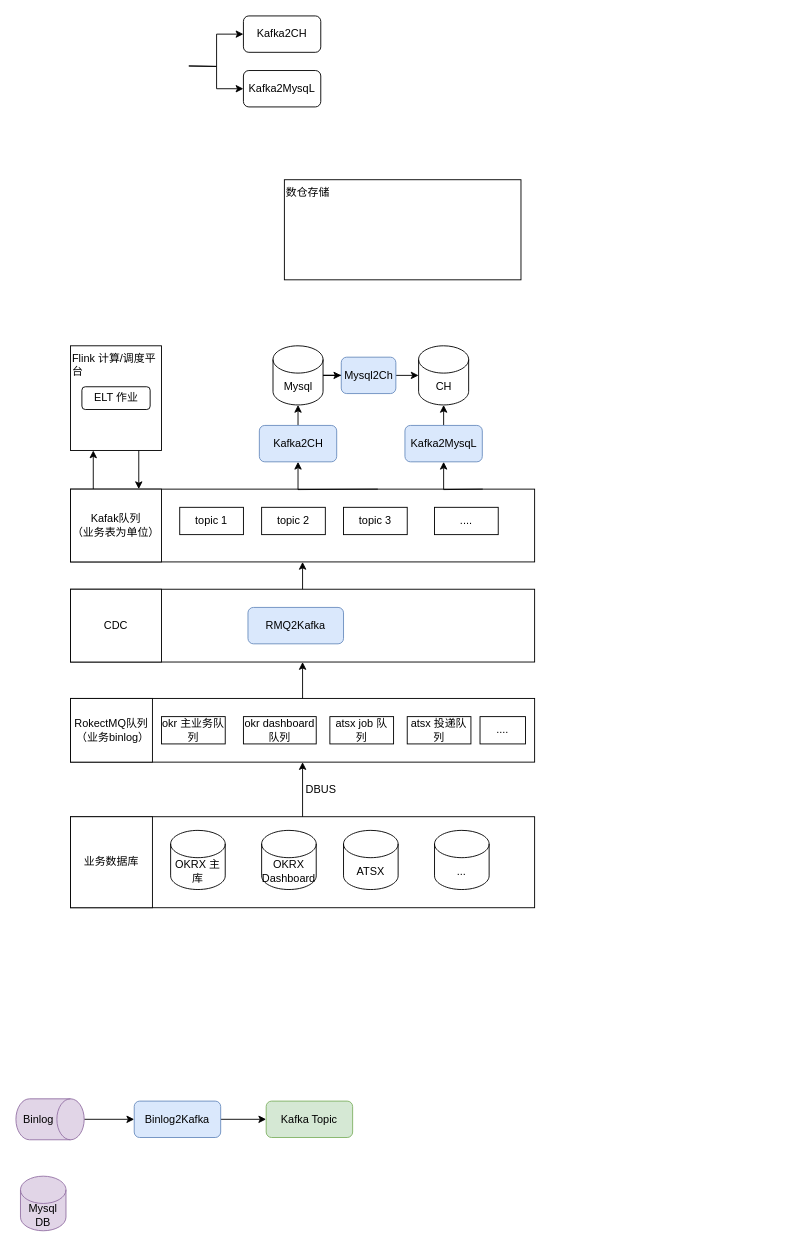
Earlier version of the draw.io diagram okrx/Untitled Diagram.drawio (cicelprg/drawio). Source tidied: cells renumbered, new cells numbered last; positions are measured from the earlier drawing's top-left corner, leaving out a move shared by most shapes. Both pictures are drawn from the tidied source at 91%, with x=0, y=0 at pixel (15, 15).
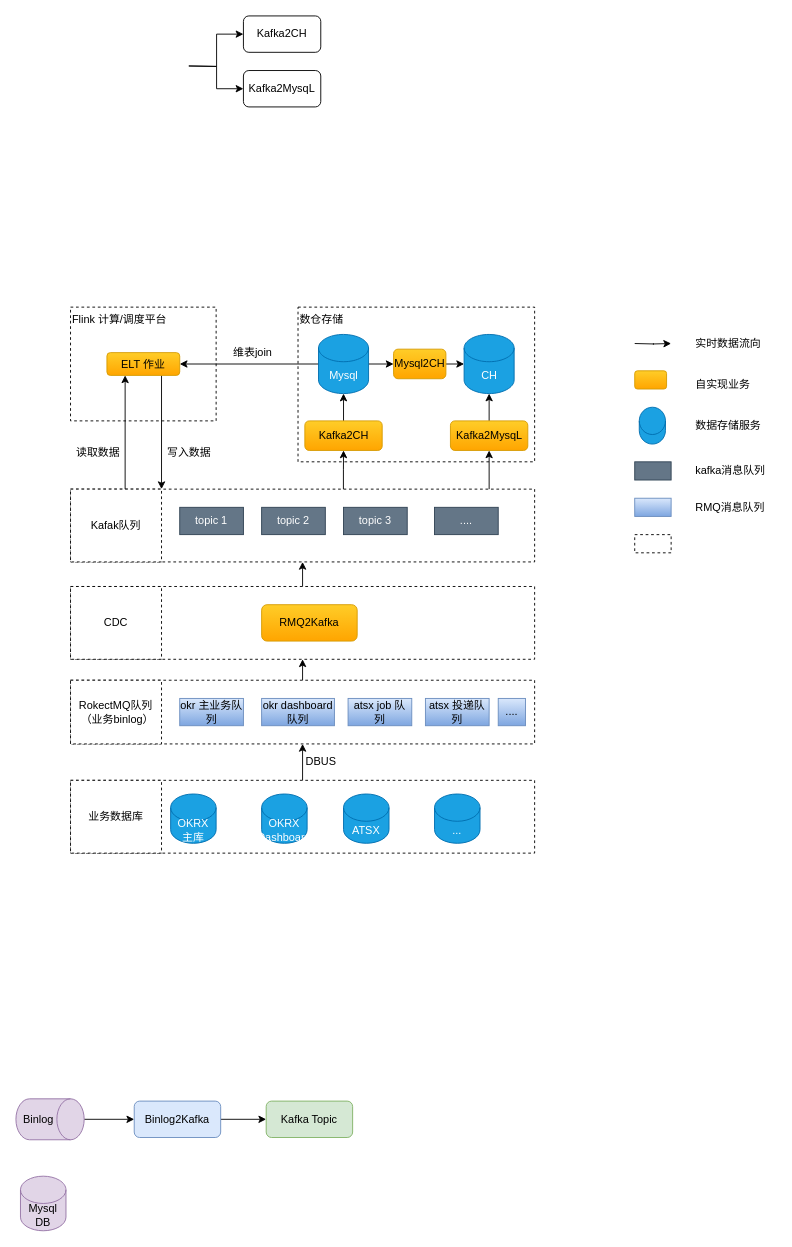
Above is the later version.

What changed in the source:
```diff
@@
-    <mxCell id="3" style="rounded=0;whiteSpace=wrap;html=1;strokeWidth=1;fillColor=none;align=left;" parent="1" vertex="1">
-      <mxGeometry x="60" y="880" width="510" height="100" as="geometry" />
+    <mxCell id="3" style="rounded=0;whiteSpace=wrap;html=1;strokeWidth=1;fillColor=none;align=left;dashed=1;" parent="1" vertex="1">
+      <mxGeometry x="60" y="840" width="510" height="80" as="geometry" />
     </mxCell>
-    <mxCell id="4" value="业务数据库" style="whiteSpace=wrap;html=1;strokeWidth=1;align=center;" parent="1" vertex="1">
-      <mxGeometry x="60" y="880" width="90" height="100" as="geometry" />
+    <mxCell id="4" value="业务数据库" style="whiteSpace=wrap;html=1;strokeWidth=1;align=center;dashed=1;" parent="1" vertex="1">
+      <mxGeometry x="60" y="840" width="100" height="80" as="geometry" />
     </mxCell>
-    <mxCell id="5" value="OKRX 主库" style="shape=cylinder3;whiteSpace=wrap;html=1;boundedLbl=1;backgroundOutline=1;size=15;strokeWidth=1;fillColor=#ffffff;align=center;" parent="1" vertex="1">
-      <mxGeometry x="170" y="895" width="60" height="65" as="geometry" />
+    <mxCell id="5" value="OKRX 主库" style="shape=cylinder3;whiteSpace=wrap;html=1;boundedLbl=1;backgroundOutline=1;size=15;strokeWidth=1;fillColor=#1ba1e2;align=center;strokeColor=#006EAF;fontColor=#ffffff;" parent="1" vertex="1">
+      <mxGeometry x="170" y="855" width="50" height="54.2" as="geometry" />
     </mxCell>
@@
-    <mxCell id="7" style="rounded=0;whiteSpace=wrap;html=1;strokeWidth=1;fillColor=none;align=left;" parent="1" vertex="1">
-      <mxGeometry x="60" y="750" width="510" height="70" as="geometry" />
+    <mxCell id="7" style="rounded=0;whiteSpace=wrap;html=1;strokeWidth=1;fillColor=none;align=left;dashed=1;" parent="1" vertex="1">
+      <mxGeometry x="60" y="730" width="510" height="70" as="geometry" />
     </mxCell>
-    <mxCell id="8" value="RokectMQ队列&lt;br&gt;&amp;nbsp;（业务binlog）" style="whiteSpace=wrap;html=1;strokeWidth=1;align=center;" parent="1" vertex="1">
-      <mxGeometry x="60" y="750" width="90" height="70" as="geometry" />
+    <mxCell id="8" value="RokectMQ队列&lt;br&gt;&amp;nbsp;（业务binlog）" style="whiteSpace=wrap;html=1;strokeWidth=1;align=center;dashed=1;" parent="1" vertex="1">
+      <mxGeometry x="60" y="730" width="100" height="70" as="geometry" />
     </mxCell>
     <mxCell id="9" value="DBUS" style="text;html=1;align=center;verticalAlign=middle;" parent="1" vertex="1">
-      <mxGeometry x="310" y="840" width="50" height="20" as="geometry" />
+      <mxGeometry x="310" y="810" width="50" height="20" as="geometry" />
     </mxCell>
-    <mxCell id="10" value="okr 主业务队列" style="rounded=0;whiteSpace=wrap;html=1;strokeWidth=1;fillColor=#ffffff;align=center;" parent="1" vertex="1">
-      <mxGeometry x="160" y="770" width="70" height="30" as="geometry" />
+    <mxCell id="10" value="okr 主业务队列" style="rounded=0;whiteSpace=wrap;html=1;strokeWidth=1;fillColor=#dae8fc;align=center;strokeColor=#6c8ebf;gradientColor=#7ea6e0;" parent="1" vertex="1">
+      <mxGeometry x="180" y="750" width="70" height="30" as="geometry" />
     </mxCell>
-    <mxCell id="11" value="okr dashboard队列" style="rounded=0;whiteSpace=wrap;html=1;strokeWidth=1;fillColor=#ffffff;align=center;" parent="1" vertex="1">
-      <mxGeometry x="250" y="770" width="80" height="30" as="geometry" />
+    <mxCell id="11" value="okr dashboard队列" style="rounded=0;whiteSpace=wrap;html=1;strokeWidth=1;fillColor=#dae8fc;align=center;strokeColor=#6c8ebf;gradientColor=#7ea6e0;" parent="1" vertex="1">
+      <mxGeometry x="270" y="750" width="80" height="30" as="geometry" />
     </mxCell>
-    <mxCell id="12" value="atsx job 队列" style="rounded=0;whiteSpace=wrap;html=1;strokeWidth=1;fillColor=#ffffff;align=center;" parent="1" vertex="1">
-      <mxGeometry x="345" y="770" width="70" height="30" as="geometry" />
+    <mxCell id="12" value="atsx job 队列" style="rounded=0;whiteSpace=wrap;html=1;strokeWidth=1;fillColor=#dae8fc;align=center;strokeColor=#6c8ebf;gradientColor=#7ea6e0;" parent="1" vertex="1">
+      <mxGeometry x="365" y="750" width="70" height="30" as="geometry" />
     </mxCell>
@@
-    <mxCell id="14" style="rounded=0;whiteSpace=wrap;html=1;strokeWidth=1;fillColor=none;align=left;" parent="1" vertex="1">
-      <mxGeometry x="60" y="630" width="510" height="80" as="geometry" />
+    <mxCell id="14" style="rounded=0;whiteSpace=wrap;html=1;strokeWidth=1;fillColor=none;align=left;dashed=1;" parent="1" vertex="1">
+      <mxGeometry x="60" y="627" width="510" height="80" as="geometry" />
     </mxCell>
-    <mxCell id="15" value="CDC" style="whiteSpace=wrap;html=1;strokeWidth=1;align=center;" parent="1" vertex="1">
-      <mxGeometry x="60" y="630" width="100" height="80" as="geometry" />
+    <mxCell id="15" value="CDC" style="whiteSpace=wrap;html=1;strokeWidth=1;align=center;dashed=1;" parent="1" vertex="1">
+      <mxGeometry x="60" y="627" width="100" height="80" as="geometry" />
     </mxCell>
-    <mxCell id="16" value="RMQ2Kafka" style="rounded=1;whiteSpace=wrap;html=1;strokeWidth=1;fillColor=#dae8fc;align=center;strokeColor=#6c8ebf;" parent="1" vertex="1">
-      <mxGeometry x="255" y="650" width="105" height="40" as="geometry" />
+    <mxCell id="16" value="RMQ2Kafka" style="rounded=1;whiteSpace=wrap;html=1;strokeWidth=1;fillColor=#ffcd28;align=center;strokeColor=#d79b00;gradientColor=#ffa500;" parent="1" vertex="1">
+      <mxGeometry x="270" y="647" width="105" height="40" as="geometry" />
     </mxCell>
-    <mxCell id="17" value="atsx 投递队列" style="rounded=0;whiteSpace=wrap;html=1;strokeWidth=1;fillColor=#ffffff;align=center;" parent="1" vertex="1">
-      <mxGeometry x="430" y="770" width="70" height="30" as="geometry" />
+    <mxCell id="17" value="atsx 投递队列" style="rounded=0;whiteSpace=wrap;html=1;strokeWidth=1;fillColor=#dae8fc;align=center;strokeColor=#6c8ebf;gradientColor=#7ea6e0;" parent="1" vertex="1">
+      <mxGeometry x="450" y="750" width="70" height="30" as="geometry" />
     </mxCell>
-    <mxCell id="18" value="...." style="rounded=0;whiteSpace=wrap;html=1;strokeWidth=1;fillColor=#ffffff;align=center;" parent="1" vertex="1">
-      <mxGeometry x="510" y="770" width="50" height="30" as="geometry" />
+    <mxCell id="18" value="...." style="rounded=0;whiteSpace=wrap;html=1;strokeWidth=1;fillColor=#dae8fc;align=center;strokeColor=#6c8ebf;gradientColor=#7ea6e0;" parent="1" vertex="1">
+      <mxGeometry x="530" y="750" width="30" height="30" as="geometry" />
     </mxCell>
-    <mxCell id="19" value="ATSX" style="shape=cylinder3;whiteSpace=wrap;html=1;boundedLbl=1;backgroundOutline=1;size=15;strokeWidth=1;fillColor=#ffffff;align=center;" parent="1" vertex="1">
-      <mxGeometry x="360" y="895" width="60" height="65" as="geometry" />
+    <mxCell id="19" value="ATSX" style="shape=cylinder3;whiteSpace=wrap;html=1;boundedLbl=1;backgroundOutline=1;size=15;strokeWidth=1;fillColor=#1ba1e2;align=center;strokeColor=#006EAF;fontColor=#ffffff;" parent="1" vertex="1">
+      <mxGeometry x="360" y="855" width="50" height="54.2" as="geometry" />
     </mxCell>
-    <mxCell id="20" value="..." style="shape=cylinder3;whiteSpace=wrap;html=1;boundedLbl=1;backgroundOutline=1;size=15;strokeWidth=1;fillColor=#ffffff;align=center;" parent="1" vertex="1">
-      <mxGeometry x="460" y="895" width="60" height="65" as="geometry" />
+    <mxCell id="20" value="..." style="shape=cylinder3;whiteSpace=wrap;html=1;boundedLbl=1;backgroundOutline=1;size=15;strokeWidth=1;fillColor=#1ba1e2;align=center;strokeColor=#006EAF;fontColor=#ffffff;" parent="1" vertex="1">
+      <mxGeometry x="460" y="855" width="50" height="54.2" as="geometry" />
     </mxCell>
-    <mxCell id="21" value="OKRX Dashboard" style="shape=cylinder3;whiteSpace=wrap;html=1;boundedLbl=1;backgroundOutline=1;size=15;strokeWidth=1;fillColor=#ffffff;align=center;" parent="1" vertex="1">
-      <mxGeometry x="270" y="895" width="60" height="65" as="geometry" />
+    <mxCell id="21" value="OKRX Dashboard" style="shape=cylinder3;whiteSpace=wrap;html=1;boundedLbl=1;backgroundOutline=1;size=15;strokeWidth=1;fillColor=#1ba1e2;align=center;strokeColor=#006EAF;fontColor=#ffffff;" parent="1" vertex="1">
+      <mxGeometry x="270" y="855" width="50" height="54.2" as="geometry" />
     </mxCell>
-    <mxCell id="22" style="edgeStyle=orthogonalEdgeStyle;rounded=0;jettySize=auto;html=1;exitX=0.898;exitY=0;exitDx=0;exitDy=0;entryX=0.5;entryY=1;entryDx=0;entryDy=0;strokeWidth=1;exitPerimeter=0;" parent="1" edge="1" target="39">
-      <mxGeometry relative="1" as="geometry">
-        <mxPoint x="513" y="520" as="sourcePoint" />
-      </mxGeometry>
+    <mxCell id="22" style="edgeStyle=orthogonalEdgeStyle;rounded=0;jettySize=auto;html=1;exitX=0.902;exitY=0;exitDx=0;exitDy=0;entryX=0.5;entryY=1;entryDx=0;entryDy=0;strokeWidth=1;exitPerimeter=0;" parent="1" edge="1" source="23" target="39">
+      <mxGeometry relative="1" as="geometry" />
     </mxCell>
-    <mxCell id="23" style="rounded=0;whiteSpace=wrap;html=1;strokeWidth=1;fillColor=none;align=left;" parent="1" vertex="1">
+    <mxCell id="23" style="rounded=0;whiteSpace=wrap;html=1;strokeWidth=1;fillColor=none;align=left;dashed=1;" parent="1" vertex="1">
       <mxGeometry x="60" y="520" width="510" height="80" as="geometry" />
     </mxCell>
-    <mxCell id="24" style="edgeStyle=orthogonalEdgeStyle;rounded=0;jettySize=auto;html=1;exitX=0.25;exitY=0;exitDx=0;exitDy=0;entryX=0.25;entryY=1;entryDx=0;entryDy=0;strokeWidth=1;" parent="1" edge="1" source="25" target="35">
-      <mxGeometry relative="1" as="geometry" />
-    </mxCell>
-    <mxCell id="25" value="Kafak队列&lt;br&gt;（业务表为单位）" style="whiteSpace=wrap;html=1;strokeWidth=1;align=center;" parent="1" vertex="1">
+    <mxCell id="25" value="Kafak队列" style="whiteSpace=wrap;html=1;strokeWidth=1;align=center;dashed=1;" parent="1" vertex="1">
       <mxGeometry x="60" y="520" width="100" height="80" as="geometry" />
     </mxCell>
-    <mxCell id="26" value="topic 1" style="rounded=0;whiteSpace=wrap;html=1;strokeWidth=1;fillColor=#ffffff;align=center;" parent="1" vertex="1">
+    <mxCell id="26" value="topic 1" style="rounded=0;whiteSpace=wrap;html=1;strokeWidth=1;fillColor=#647687;align=center;strokeColor=#314354;fontColor=#ffffff;" parent="1" vertex="1">
       <mxGeometry x="180" y="540" width="70" height="30" as="geometry" />
     </mxCell>
-    <mxCell id="27" value="topic 2" style="rounded=0;whiteSpace=wrap;html=1;strokeWidth=1;fillColor=#ffffff;align=center;" parent="1" vertex="1">
+    <mxCell id="27" value="topic 2" style="rounded=0;whiteSpace=wrap;html=1;strokeWidth=1;fillColor=#647687;align=center;strokeColor=#314354;fontColor=#ffffff;" parent="1" vertex="1">
       <mxGeometry x="270" y="540" width="70" height="30" as="geometry" />
     </mxCell>
-    <mxCell id="28" style="edgeStyle=orthogonalEdgeStyle;rounded=0;jettySize=auto;html=1;exitX=0.672;exitY=0;exitDx=0;exitDy=0;entryX=0.5;entryY=1;entryDx=0;entryDy=0;strokeWidth=1;exitPerimeter=0;" parent="1" edge="1" target="37">
-      <mxGeometry relative="1" as="geometry">
-        <mxPoint x="397.7" y="520" as="sourcePoint" />
-      </mxGeometry>
+    <mxCell id="28" style="edgeStyle=orthogonalEdgeStyle;rounded=0;jettySize=auto;html=1;entryX=0.5;entryY=1;entryDx=0;entryDy=0;strokeWidth=1;exitX=0.588;exitY=0;exitDx=0;exitDy=0;exitPerimeter=0;" parent="1" edge="1" source="23" target="37">
+      <mxGeometry relative="1" as="geometry" />
     </mxCell>
-    <mxCell id="29" value="topic 3" style="rounded=0;whiteSpace=wrap;html=1;strokeWidth=1;fillColor=#ffffff;align=center;" parent="1" vertex="1">
+    <mxCell id="29" value="topic 3" style="rounded=0;whiteSpace=wrap;html=1;strokeWidth=1;fillColor=#647687;align=center;strokeColor=#314354;fontColor=#ffffff;" parent="1" vertex="1">
       <mxGeometry x="360" y="540" width="70" height="30" as="geometry" />
     </mxCell>
-    <mxCell id="30" value="...." style="rounded=0;whiteSpace=wrap;html=1;strokeWidth=1;fillColor=#ffffff;align=center;" parent="1" vertex="1">
+    <mxCell id="30" value="...." style="rounded=0;whiteSpace=wrap;html=1;strokeWidth=1;fillColor=#647687;align=center;strokeColor=#314354;fontColor=#ffffff;" parent="1" vertex="1">
       <mxGeometry x="460" y="540" width="70" height="30" as="geometry" />
     </mxCell>
-    <mxCell id="31" style="edgeStyle=orthogonalEdgeStyle;rounded=0;jettySize=auto;html=1;exitX=1;exitY=0.5;exitDx=0;exitDy=0;exitPerimeter=0;strokeWidth=1;" parent="1" edge="1" source="32" target="41">
-      <mxGeometry relative="1" as="geometry" />
+    <mxCell id="31" style="edgeStyle=orthogonalEdgeStyle;rounded=0;jettySize=auto;html=1;exitX=1;exitY=0.5;exitDx=0;exitDy=0;exitPerimeter=0;strokeWidth=1;" parent="1" edge="1" source="32">
+      <mxGeometry relative="1" as="geometry">
+        <mxPoint x="415" y="382.5" as="targetPoint" />
+      </mxGeometry>
     </mxCell>
+    <mxCell id="54" style="edgeStyle=orthogonalEdgeStyle;rounded=0;jettySize=auto;html=1;exitX=0;exitY=0.5;exitDx=0;exitDy=0;exitPerimeter=0;entryX=1;entryY=0.5;entryDx=0;entryDy=0;strokeWidth=1;" parent="1" edge="1" source="32" target="42">
+      <mxGeometry relative="1" as="geometry" />
+    </mxCell>
-    <mxCell id="32" value="Mysql" style="shape=cylinder3;whiteSpace=wrap;html=1;boundedLbl=1;backgroundOutline=1;size=15;strokeWidth=1;fillColor=#ffffff;align=center;" parent="1" vertex="1">
-      <mxGeometry x="282.5" y="362.5" width="55" height="65" as="geometry" />
+    <mxCell id="32" value="Mysql" style="shape=cylinder3;whiteSpace=wrap;html=1;boundedLbl=1;backgroundOutline=1;size=15;strokeWidth=1;fillColor=#1ba1e2;align=center;strokeColor=#006EAF;fontColor=#ffffff;" parent="1" vertex="1">
+      <mxGeometry x="332.5" y="350" width="55" height="65" as="geometry" />
     </mxCell>
-    <mxCell id="33" value="CH" style="shape=cylinder3;whiteSpace=wrap;html=1;boundedLbl=1;backgroundOutline=1;size=15;strokeWidth=1;fillColor=#ffffff;align=center;" parent="1" vertex="1">
-      <mxGeometry x="442.5" y="362.5" width="55" height="65" as="geometry" />
+    <mxCell id="33" value="CH" style="shape=cylinder3;whiteSpace=wrap;html=1;boundedLbl=1;backgroundOutline=1;size=15;strokeWidth=1;fillColor=#1ba1e2;align=center;strokeColor=#006EAF;fontColor=#ffffff;" parent="1" vertex="1">
+      <mxGeometry x="492.5" y="350" width="55" height="65" as="geometry" />
     </mxCell>
-    <mxCell id="34" style="edgeStyle=orthogonalEdgeStyle;rounded=0;jettySize=auto;html=1;exitX=0.75;exitY=1;exitDx=0;exitDy=0;entryX=0.75;entryY=0;entryDx=0;entryDy=0;strokeWidth=1;" parent="1" edge="1" source="35" target="25">
-      <mxGeometry relative="1" as="geometry" />
-    </mxCell>
-    <mxCell id="35" value="Flink 计算/调度平台" style="rounded=0;whiteSpace=wrap;html=1;strokeWidth=1;align=left;fillColor=none;verticalAlign=top;" parent="1" vertex="1">
-      <mxGeometry x="60" y="362.5" width="100" height="115" as="geometry" />
+    <mxCell id="35" value="Flink 计算/调度平台" style="rounded=0;whiteSpace=wrap;html=1;strokeWidth=1;align=left;fillColor=none;verticalAlign=top;dashed=1;" parent="1" vertex="1">
+      <mxGeometry x="60" y="320" width="160" height="125" as="geometry" />
     </mxCell>
@@
-    <mxCell id="37" value="Kafka2CH" style="rounded=1;whiteSpace=wrap;html=1;strokeWidth=1;fillColor=#dae8fc;align=center;strokeColor=#6c8ebf;" parent="1" vertex="1">
-      <mxGeometry x="267.5" y="450" width="85" height="40" as="geometry" />
+    <mxCell id="37" value="Kafka2CH" style="rounded=1;whiteSpace=wrap;html=1;strokeWidth=1;fillColor=#ffcd28;align=center;strokeColor=#d79b00;gradientColor=#ffa500;" parent="1" vertex="1">
+      <mxGeometry x="317.5" y="445" width="85" height="32.5" as="geometry" />
     </mxCell>
@@
-    <mxCell id="39" value="Kafka2MysqL" style="rounded=1;whiteSpace=wrap;html=1;strokeWidth=1;fillColor=#dae8fc;align=center;strokeColor=#6c8ebf;" parent="1" vertex="1">
-      <mxGeometry x="427.5" y="450" width="85" height="40" as="geometry" />
+    <mxCell id="39" value="Kafka2MysqL" style="rounded=1;whiteSpace=wrap;html=1;strokeWidth=1;fillColor=#ffcd28;align=center;strokeColor=#d79b00;gradientColor=#ffa500;" parent="1" vertex="1">
+      <mxGeometry x="477.5" y="445" width="85" height="32.5" as="geometry" />
     </mxCell>
-    <mxCell id="40" style="edgeStyle=orthogonalEdgeStyle;rounded=0;jettySize=auto;html=1;exitX=1;exitY=0.5;exitDx=0;exitDy=0;entryX=0;entryY=0.5;entryDx=0;entryDy=0;entryPerimeter=0;strokeWidth=1;" parent="1" edge="1" source="41" target="33">
+    <mxCell id="40" style="edgeStyle=orthogonalEdgeStyle;rounded=0;jettySize=auto;html=1;entryX=0;entryY=0.5;entryDx=0;entryDy=0;entryPerimeter=0;strokeWidth=1;" parent="1" edge="1" source="63" target="33">
       <mxGeometry relative="1" as="geometry" />
     </mxCell>
-    <mxCell id="41" value="Mysql2Ch" style="rounded=1;whiteSpace=wrap;html=1;strokeWidth=1;fillColor=#dae8fc;align=center;strokeColor=#6c8ebf;" parent="1" vertex="1">
-      <mxGeometry x="357.5" y="375" width="60" height="40" as="geometry" />
-    </mxCell>
+    <mxCell id="55" style="edgeStyle=orthogonalEdgeStyle;rounded=0;jettySize=auto;html=1;exitX=0.75;exitY=1;exitDx=0;exitDy=0;entryX=1;entryY=0;entryDx=0;entryDy=0;strokeWidth=1;" parent="1" edge="1" source="42" target="25">
+      <mxGeometry relative="1" as="geometry" />
+    </mxCell>
+    <mxCell id="56" style="edgeStyle=orthogonalEdgeStyle;rounded=0;jettySize=auto;html=1;exitX=0.25;exitY=1;exitDx=0;exitDy=0;entryX=0.6;entryY=0;entryDx=0;entryDy=0;entryPerimeter=0;strokeWidth=1;endArrow=none;endFill=0;startArrow=classic;startFill=1;" parent="1" edge="1" source="42" target="25">
+      <mxGeometry relative="1" as="geometry" />
+    </mxCell>
-    <mxCell id="42" value="ELT 作业" style="rounded=1;whiteSpace=wrap;html=1;strokeWidth=1;fillColor=none;align=center;" parent="1" vertex="1">
-      <mxGeometry x="72.5" y="407.5" width="75" height="25" as="geometry" />
+    <mxCell id="42" value="ELT 作业" style="rounded=1;whiteSpace=wrap;html=1;strokeWidth=1;fillColor=#ffcd28;align=center;strokeColor=#d79b00;gradientColor=#ffa500;" parent="1" vertex="1">
+      <mxGeometry x="100" y="370" width="80" height="25" as="geometry" />
     </mxCell>
@@
-    <mxCell id="47" value="数仓存储" style="rounded=0;whiteSpace=wrap;html=1;strokeWidth=1;fillColor=none;align=left;verticalAlign=top;" parent="1" vertex="1">
-      <mxGeometry x="295" y="180" width="260" height="110" as="geometry" />
+    <mxCell id="47" value="数仓存储" style="rounded=0;whiteSpace=wrap;html=1;strokeWidth=1;fillColor=none;align=left;verticalAlign=top;dashed=1;" parent="1" vertex="1">
+      <mxGeometry x="310" y="320" width="260" height="170" as="geometry" />
     </mxCell>
@@
+    <mxCell id="57" value="写入数据" style="text;html=1;align=center;verticalAlign=middle;" parent="1" vertex="1">
+      <mxGeometry x="160" y="470" width="60" height="20" as="geometry" />
+    </mxCell>
+    <mxCell id="58" value="维表join" style="text;html=1;align=center;verticalAlign=middle;" parent="1" vertex="1">
+      <mxGeometry x="230" y="360" width="60" height="20" as="geometry" />
+    </mxCell>
+    <mxCell id="59" value="读取数据" style="text;html=1;align=center;verticalAlign=middle;" parent="1" vertex="1">
+      <mxGeometry x="60" y="470" width="60" height="20" as="geometry" />
+    </mxCell>
+    <mxCell id="60" style="edgeStyle=orthogonalEdgeStyle;rounded=0;orthogonalLoop=1;jettySize=auto;html=1;entryX=0.6;entryY=0;entryDx=0;entryDy=0;entryPerimeter=0;strokeWidth=1;endArrow=none;endFill=0;startArrow=classic;startFill=1;" parent="1" edge="1">
+      <mxGeometry relative="1" as="geometry">
+        <mxPoint x="720" y="360" as="sourcePoint" />
+        <mxPoint x="680" y="360" as="targetPoint" />
+      </mxGeometry>
+    </mxCell>
+    <mxCell id="61" value="实时数据流向" style="text;html=1;align=left;verticalAlign=middle;" parent="1" vertex="1">
+      <mxGeometry x="745" y="350" width="90" height="20" as="geometry" />
+    </mxCell>
+    <mxCell id="62" style="rounded=1;whiteSpace=wrap;html=1;strokeWidth=1;fillColor=#ffcd28;align=center;strokeColor=#d79b00;gradientColor=#ffa500;" parent="1" vertex="1">
+      <mxGeometry x="680" y="390" width="35" height="20" as="geometry" />
+    </mxCell>
+    <mxCell id="63" value="Mysql2CH" style="rounded=1;whiteSpace=wrap;html=1;strokeWidth=1;fillColor=#ffcd28;align=center;strokeColor=#d79b00;gradientColor=#ffa500;" parent="1" vertex="1">
+      <mxGeometry x="415" y="366.2" width="57.5" height="32.5" as="geometry" />
+    </mxCell>
+    <mxCell id="64" value="自实现业务" style="text;html=1;align=left;verticalAlign=middle;" parent="1" vertex="1">
+      <mxGeometry x="745" y="395" width="80" height="20" as="geometry" />
+    </mxCell>
+    <mxCell id="65" style="shape=cylinder3;whiteSpace=wrap;html=1;boundedLbl=1;backgroundOutline=1;size=15;strokeWidth=1;fillColor=#1ba1e2;align=center;strokeColor=#006EAF;fontColor=#ffffff;" parent="1" vertex="1">
+      <mxGeometry x="685" y="430" width="28.8" height="40.5" as="geometry" />
+    </mxCell>
+    <mxCell id="66" value="数据存储服务" style="text;html=1;align=left;verticalAlign=middle;" parent="1" vertex="1">
+      <mxGeometry x="745" y="440.2" width="90" height="20" as="geometry" />
+    </mxCell>
+    <mxCell id="67" style="rounded=0;whiteSpace=wrap;html=1;strokeWidth=1;fillColor=#647687;align=center;strokeColor=#314354;fontColor=#ffffff;" parent="1" vertex="1">
+      <mxGeometry x="680" y="490" width="40" height="20" as="geometry" />
+    </mxCell>
+    <mxCell id="68" value="kafka消息队列" style="text;html=1;align=left;verticalAlign=middle;" parent="1" vertex="1">
+      <mxGeometry x="745" y="490" width="90" height="20" as="geometry" />
+    </mxCell>
+    <mxCell id="69" style="rounded=0;whiteSpace=wrap;html=1;strokeWidth=1;fillColor=#dae8fc;align=center;strokeColor=#6c8ebf;gradientColor=#7ea6e0;" parent="1" vertex="1">
+      <mxGeometry x="680" y="530" width="40" height="20" as="geometry" />
+    </mxCell>
+    <mxCell id="70" value="RMQ消息队列" style="text;html=1;align=left;verticalAlign=middle;" parent="1" vertex="1">
+      <mxGeometry x="745" y="530" width="90" height="20" as="geometry" />
+    </mxCell>
+    <mxCell id="71" style="rounded=0;whiteSpace=wrap;html=1;strokeWidth=1;fillColor=none;align=left;dashed=1;" parent="1" vertex="1">
+      <mxGeometry x="680" y="570" width="40" height="20" as="geometry" />
+    </mxCell>
```
